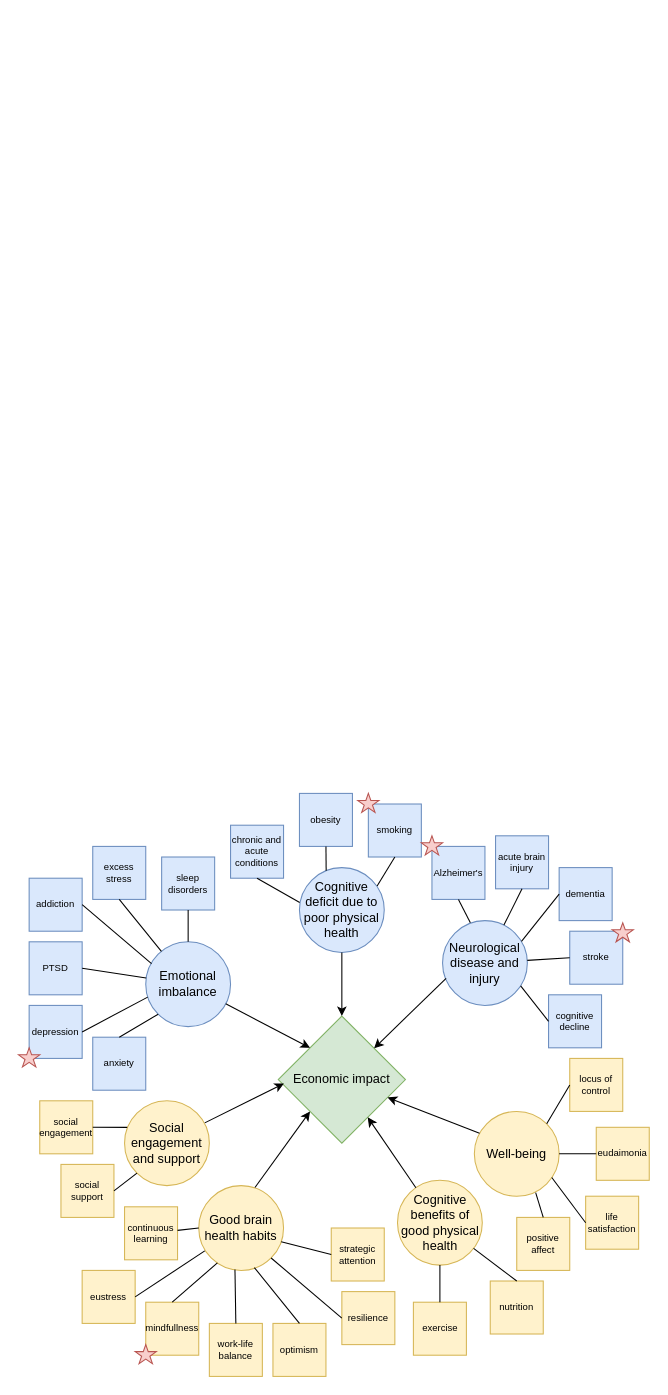
Above: Pathways diagram.drawio in gennacampain/RProjects (draw.io), before the change. Source tidied: cells renumbered, new cells numbered last; positions are measured from the earlier drawing's top-left corner, leaving out a move shared by most shapes. Both pictures are drawn from the tidied source at 106%, with x=0, y=0 at pixel (18, 793).
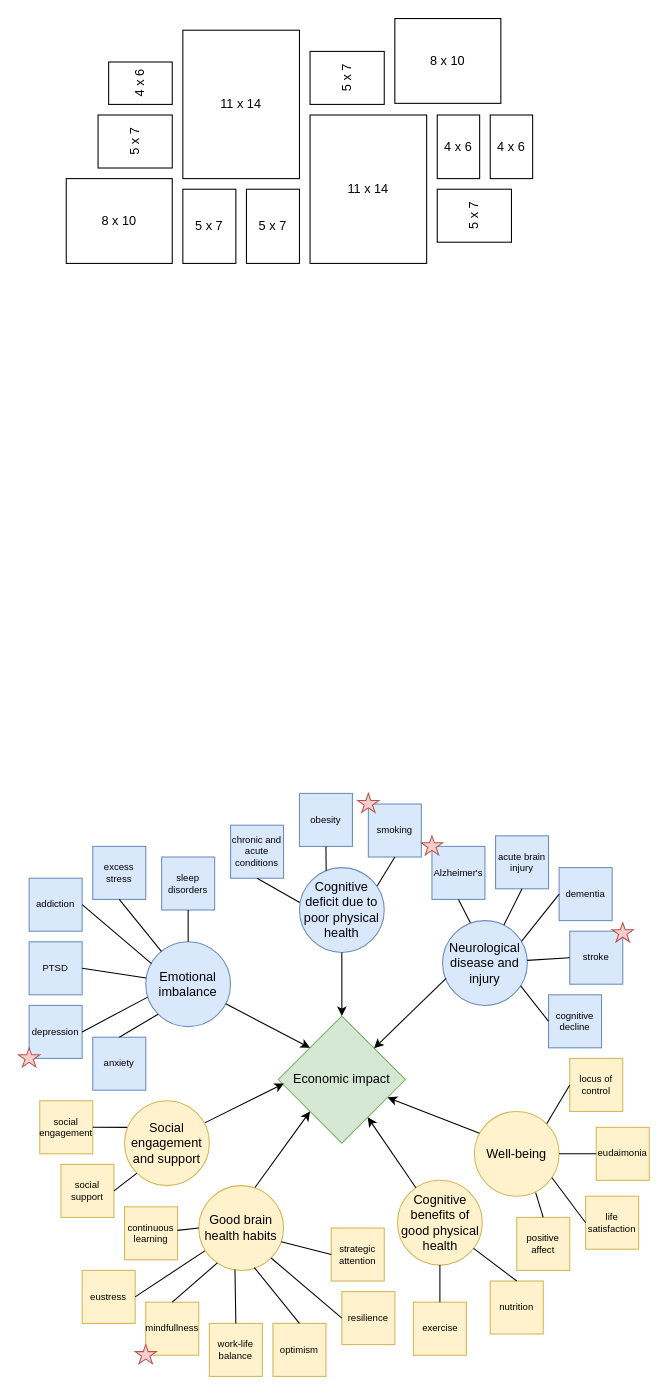
Above is the later version.

What changed in the source:
```diff
@@
+    <mxCell id="80" value="11 x 14" style="rounded=0;whiteSpace=wrap;html=1;" parent="1" vertex="1">
+      <mxGeometry x="155" y="-720" width="110" height="140" as="geometry" />
+    </mxCell>
+    <mxCell id="81" value="5 x 7" style="rounded=0;whiteSpace=wrap;html=1;rotation=0;" parent="1" vertex="1">
+      <mxGeometry x="215" y="-570" width="50" height="70" as="geometry" />
+    </mxCell>
+    <mxCell id="82" value="5 x 7" style="rounded=0;whiteSpace=wrap;html=1;rotation=0;" parent="1" vertex="1">
+      <mxGeometry x="155" y="-570" width="50" height="70" as="geometry" />
+    </mxCell>
+    <mxCell id="83" value="8 x 10" style="rounded=0;whiteSpace=wrap;html=1;" parent="1" vertex="1">
+      <mxGeometry x="355" y="-731" width="100" height="80" as="geometry" />
+    </mxCell>
+    <mxCell id="84" value="11 x 14" style="rounded=0;whiteSpace=wrap;html=1;" parent="1" vertex="1">
+      <mxGeometry x="275" y="-640" width="110" height="140" as="geometry" />
+    </mxCell>
+    <mxCell id="85" value="4 x 6" style="rounded=0;whiteSpace=wrap;html=1;rotation=0;" parent="1" vertex="1">
+      <mxGeometry x="395" y="-640" width="40" height="60" as="geometry" />
+    </mxCell>
+    <mxCell id="86" value="5 x 7" style="rounded=0;whiteSpace=wrap;html=1;rotation=-90;" parent="1" vertex="1">
+      <mxGeometry x="285" y="-710" width="50" height="70" as="geometry" />
+    </mxCell>
+    <mxCell id="87" value="8 x 10" style="rounded=0;whiteSpace=wrap;html=1;rotation=0;" parent="1" vertex="1">
+      <mxGeometry x="45" y="-580" width="100" height="80" as="geometry" />
+    </mxCell>
+    <mxCell id="88" value="5 x 7" style="rounded=0;whiteSpace=wrap;html=1;rotation=-90;" parent="1" vertex="1">
+      <mxGeometry x="85" y="-650" width="50" height="70" as="geometry" />
+    </mxCell>
+    <mxCell id="89" value="4 x 6" style="rounded=0;whiteSpace=wrap;html=1;rotation=0;" parent="1" vertex="1">
+      <mxGeometry x="445" y="-640" width="40" height="60" as="geometry" />
+    </mxCell>
+    <mxCell id="90" value="5 x 7" style="rounded=0;whiteSpace=wrap;html=1;rotation=-90;" parent="1" vertex="1">
+      <mxGeometry x="405" y="-580" width="50" height="70" as="geometry" />
+    </mxCell>
+    <mxCell id="91" value="4 x 6" style="rounded=0;whiteSpace=wrap;html=1;rotation=-90;" parent="1" vertex="1">
+      <mxGeometry x="95" y="-700" width="40" height="60" as="geometry" />
+    </mxCell>
```
